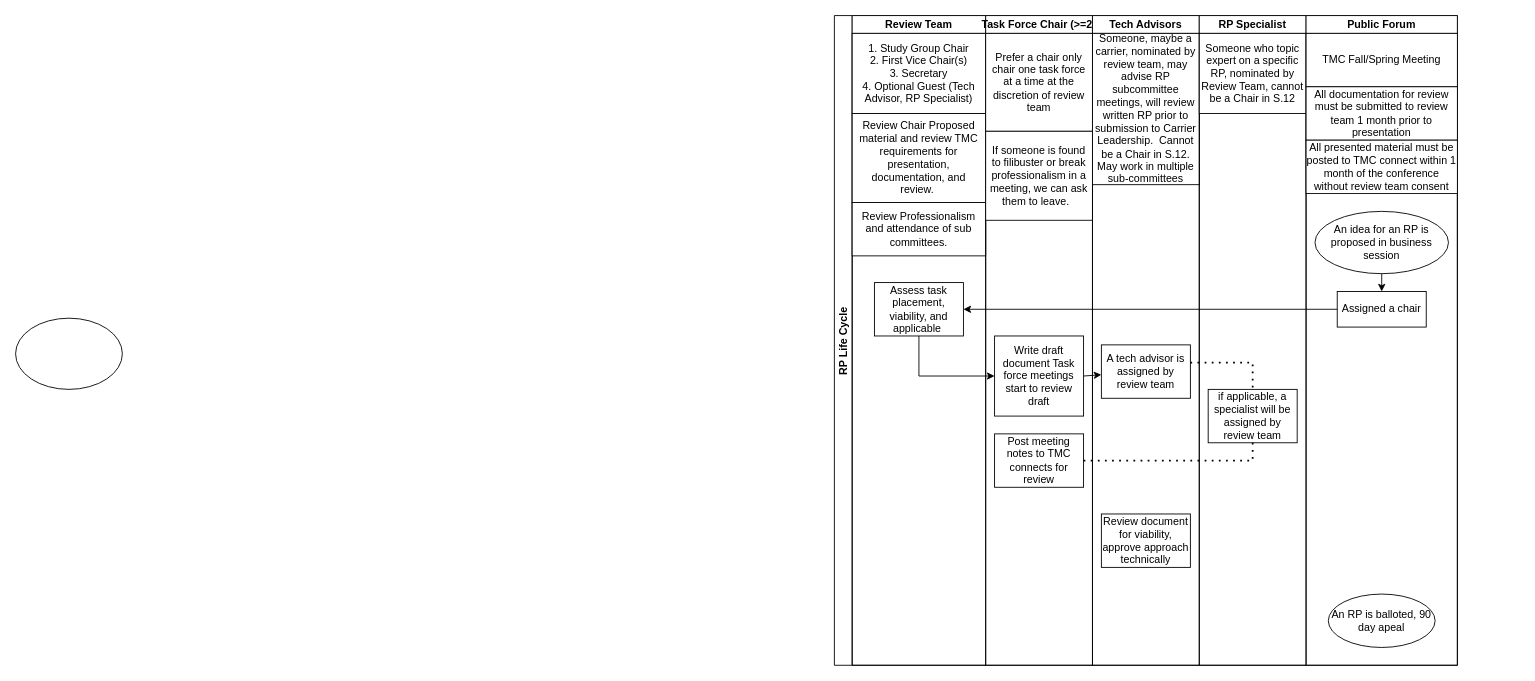
This is TMC Structure.drawio from RustyTruck/plc4trucksduck, a draw.io file, before an edit. Source tidied: cells renumbered, new cells numbered last; positions are measured from the earlier drawing's top-left corner, leaving out a move shared by most shapes. Both pictures are drawn from the tidied source at 89%, with x=0, y=0 at pixel (15, 15).
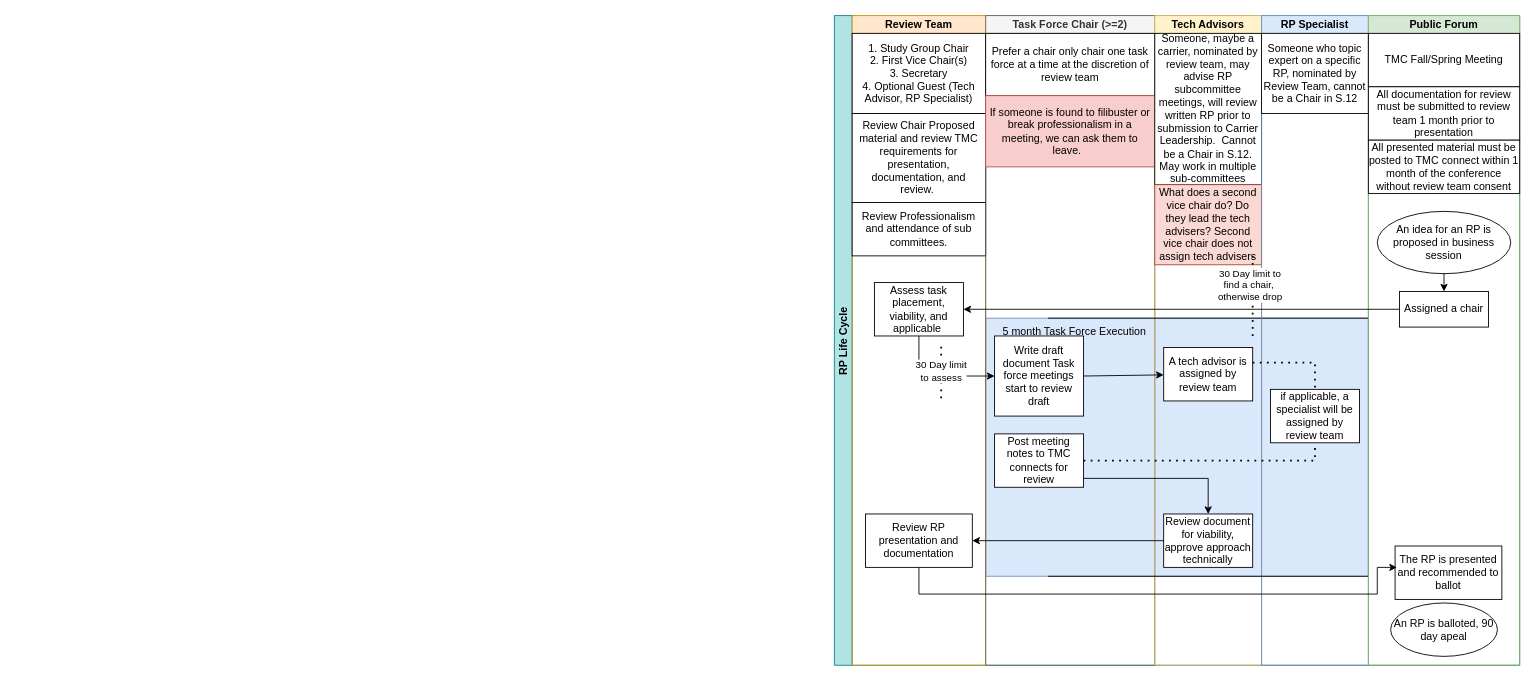
The same page after the edit.

Unchanged cells that the change refers to:
```xml
<mxCell id="12" value="Post meeting notes to TMC connects for review" style="rounded=0;whiteSpace=wrap;html=1;" parent="8" vertex="1">
  <mxGeometry x="10" y="470" width="100" height="60" as="geometry" />
</mxCell>
<mxCell id="16" value="Review document for viability, approve approach technically" style="rounded=0;whiteSpace=wrap;html=1;" parent="13" vertex="1">
  <mxGeometry x="10" y="560" width="100" height="60" as="geometry" />
</mxCell>
<mxCell id="19" value="if applicable, a specialist will be assigned by review team" style="rounded=0;whiteSpace=wrap;html=1;" parent="17" vertex="1">
  <mxGeometry x="10" y="420" width="100" height="60" as="geometry" />
</mxCell>
```

Diff of the diagram source:
```diff
@@
+    <mxCell id="34" style="verticalLabelPosition=bottom;verticalAlign=top;html=1;shape=mxgraph.basic.rect;fillColor2=none;strokeWidth=1;size=20;indent=5;fillColor=#dae8fc;strokeColor=#6c8ebf;" parent="1" vertex="1">
+      <mxGeometry x="1090" y="340" width="430" height="290" as="geometry" />
+    </mxCell>
-    <mxCell id="2" value="RP Life Cycle" style="swimlane;startSize=20;horizontal=0;" parent="1" vertex="1">
-      <mxGeometry x="920" width="700" height="730" as="geometry" />
+    <mxCell id="2" value="RP Life Cycle" style="swimlane;startSize=20;horizontal=0;fillColor=#b0e3e6;strokeColor=#0e8088;" parent="1" vertex="1">
+      <mxGeometry x="920" width="770" height="730" as="geometry" />
     </mxCell>
-    <mxCell id="3" value="Review Team" style="swimlane;startSize=20;" parent="2" vertex="1">
+    <mxCell id="3" value="Review Team" style="swimlane;startSize=20;fillColor=#ffe6cc;strokeColor=#d79b00;" parent="2" vertex="1">
       <mxGeometry x="20" width="150" height="730" as="geometry" />
     </mxCell>
@@
+    <mxCell id="35" value="Review RP presentation and documentation" style="rounded=0;whiteSpace=wrap;html=1;" parent="3" vertex="1">
+      <mxGeometry x="15" y="560" width="120" height="60" as="geometry" />
+    </mxCell>
-    <mxCell id="8" value="Task Force Chair (&gt;=2)" style="swimlane;startSize=20;" parent="2" vertex="1">
-      <mxGeometry x="170" width="120" height="730" as="geometry" />
+    <mxCell id="8" value="Task Force Chair (&gt;=2)" style="swimlane;startSize=20;fillColor=#f5f5f5;fontColor=#333333;strokeColor=#666666;" parent="2" vertex="1">
+      <mxGeometry x="170" width="190" height="730" as="geometry" />
     </mxCell>
     <mxCell id="9" value="Prefer a chair only chair one task force at a time at the discretion of review team" style="rounded=0;whiteSpace=wrap;html=1;" parent="8" vertex="1">
-      <mxGeometry y="20" width="120" height="110" as="geometry" />
+      <mxGeometry y="20" width="190" height="70" as="geometry" />
     </mxCell>
-    <mxCell id="10" value="If someone is found to filibuster or break professionalism in a meeting, we can ask them to leave.&amp;nbsp;&amp;nbsp;" style="rounded=0;whiteSpace=wrap;html=1;" parent="8" vertex="1">
-      <mxGeometry y="130" width="120" height="100" as="geometry" />
+    <mxCell id="10" value="If someone is found to filibuster or break professionalism in a meeting, we can ask them to leave.&amp;nbsp;&amp;nbsp;" style="rounded=0;whiteSpace=wrap;html=1;fillColor=#f8cecc;strokeColor=#b85450;" parent="8" vertex="1">
+      <mxGeometry y="90" width="190" height="80" as="geometry" />
     </mxCell>
@@
+    <mxCell id="36" value="5 month Task Force Execution" style="text;html=1;strokeColor=none;fillColor=none;align=center;verticalAlign=middle;whiteSpace=wrap;rounded=0;" parent="8" vertex="1">
+      <mxGeometry x="10" y="340" width="180" height="30" as="geometry" />
+    </mxCell>
-    <mxCell id="13" value="Tech Advisors" style="swimlane;startSize=20;" parent="2" vertex="1">
-      <mxGeometry x="290" width="120" height="730" as="geometry" />
+    <mxCell id="13" value="Tech Advisors" style="swimlane;startSize=20;fillColor=#fff2cc;strokeColor=#d6b656;" parent="2" vertex="1">
+      <mxGeometry x="360" width="120" height="730" as="geometry" />
     </mxCell>
@@
     <mxCell id="15" value="A tech advisor is assigned by review team" style="rounded=0;whiteSpace=wrap;html=1;" parent="13" vertex="1">
-      <mxGeometry x="10" y="370" width="100" height="60" as="geometry" />
+      <mxGeometry x="10" y="373" width="100" height="60" as="geometry" />
     </mxCell>
@@
+    <mxCell id="37" style="endArrow=none;html=1;rounded=0;" parent="13" edge="1">
+      <mxGeometry relative="1" as="geometry">
+        <mxPoint x="-120" y="340" as="sourcePoint" />
+        <mxPoint x="240" y="340" as="targetPoint" />
+        <Array as="points">
+          <mxPoint x="60" y="340" />
+        </Array>
+      </mxGeometry>
+    </mxCell>
+    <mxCell id="38" value="What does a second vice chair do? Do they lead the tech advisers? Second vice chair does not assign tech advisers" style="rounded=0;whiteSpace=wrap;html=1;fillColor=#fad9d5;strokeColor=#ae4132;" parent="13" vertex="1">
+      <mxGeometry y="190" width="120" height="90" as="geometry" />
+    </mxCell>
-    <mxCell id="17" value="RP Specialist" style="swimlane;startSize=20;" parent="2" vertex="1">
-      <mxGeometry x="410" width="120" height="730" as="geometry" />
+    <mxCell id="17" value="RP Specialist" style="swimlane;startSize=20;fillColor=#dae8fc;strokeColor=#6c8ebf;" parent="2" vertex="1">
+      <mxGeometry x="480" width="120" height="730" as="geometry" />
     </mxCell>
@@
+    <mxCell id="39" style="endArrow=none;html=1;rounded=0;" parent="17" edge="1">
+      <mxGeometry relative="1" as="geometry">
+        <mxPoint x="-240" y="630" as="sourcePoint" />
+        <mxPoint x="120" y="630" as="targetPoint" />
+      </mxGeometry>
+    </mxCell>
-    <mxCell id="21" value="Public Forum" style="swimlane;startSize=20;" parent="2" vertex="1">
-      <mxGeometry x="530" width="170" height="730" as="geometry" />
+    <mxCell id="21" value="Public Forum" style="swimlane;startSize=20;fillColor=#d5e8d4;strokeColor=#82b366;" parent="2" vertex="1">
+      <mxGeometry x="600" width="170" height="730" as="geometry" />
     </mxCell>
@@
     <mxCell id="23" value="An RP is balloted, 90 day apeal" style="ellipse;whiteSpace=wrap;html=1;" parent="21" vertex="1">
-      <mxGeometry x="25" y="650" width="120" height="60" as="geometry" />
+      <mxGeometry x="25" y="660" width="120" height="60" as="geometry" />
     </mxCell>
@@
+    <mxCell id="40" value="The RP is presented and recommended to ballot" style="rounded=0;whiteSpace=wrap;html=1;" parent="21" vertex="1">
+      <mxGeometry x="30" y="596" width="120" height="60" as="geometry" />
+    </mxCell>
@@
     <mxCell id="32" style="endArrow=none;dashed=1;html=1;dashPattern=1 3;strokeWidth=2;rounded=0;entryX=0.5;entryY=1;entryDx=0;entryDy=0;exitX=1;exitY=0.5;exitDx=0;exitDy=0;" parent="2" edge="1" source="12" target="19">
       <mxGeometry relative="1" as="geometry">
         <Array as="points">
-          <mxPoint x="470" y="500" />
+          <mxPoint x="540" y="500" />
         </Array>
       </mxGeometry>
     </mxCell>
-    <mxCell id="33" style="ellipse;whiteSpace=wrap;html=1;" parent="1" vertex="1">
-      <mxGeometry y="340" width="120" height="80" as="geometry" />
-    </mxCell>
+    <mxCell id="41" style="endArrow=classic;html=1;rounded=0;entryX=0.5;entryY=0;entryDx=0;entryDy=0;" parent="2" edge="1" target="16">
+      <mxGeometry relative="1" as="geometry">
+        <mxPoint x="280" y="520" as="sourcePoint" />
+        <Array as="points">
+          <mxPoint x="420" y="520" />
+        </Array>
+      </mxGeometry>
+    </mxCell>
+    <mxCell id="42" style="endArrow=classic;html=1;rounded=0;exitX=0;exitY=0.5;exitDx=0;exitDy=0;entryX=1;entryY=0.5;entryDx=0;entryDy=0;" parent="2" edge="1" source="16" target="35">
+      <mxGeometry relative="1" as="geometry" />
+    </mxCell>
+    <mxCell id="43" style="endArrow=classic;html=1;rounded=0;exitX=0.5;exitY=1;exitDx=0;exitDy=0;entryX=0.017;entryY=0.4;entryDx=0;entryDy=0;entryPerimeter=0;" parent="2" edge="1" source="35" target="40">
+      <mxGeometry relative="1" as="geometry">
+        <Array as="points">
+          <mxPoint x="95" y="650" />
+          <mxPoint x="320" y="650" />
+          <mxPoint x="610" y="650" />
+          <mxPoint x="610" y="620" />
+        </Array>
+      </mxGeometry>
+    </mxCell>
+    <mxCell id="44" style="endArrow=none;dashed=1;html=1;dashPattern=1 3;strokeWidth=2;rounded=0;" parent="1" edge="1">
+      <mxGeometry relative="1" as="geometry">
+        <mxPoint x="1390" y="360" as="sourcePoint" />
+        <mxPoint x="1390" y="270" as="targetPoint" />
+      </mxGeometry>
+    </mxCell>
+    <mxCell id="45" value="30 Day limit to &lt;br&gt;find a chair,&amp;nbsp;&lt;br&gt;otherwise drop" style="edgeLabel;html=1;align=center;verticalAlign=middle;" parent="44" vertex="1">
+      <mxGeometry x="0.29" y="4" relative="1" as="geometry" />
+    </mxCell>
+    <mxCell id="46" value="30 Day limit&lt;br&gt;to assess" style="endArrow=none;dashed=1;html=1;dashPattern=1 3;strokeWidth=2;rounded=0;" parent="1" edge="1">
+      <mxGeometry relative="1" as="geometry">
+        <mxPoint x="1040" y="430" as="sourcePoint" />
+        <mxPoint x="1040" y="370" as="targetPoint" />
+        <Array as="points">
+          <mxPoint x="1040" y="400" />
+        </Array>
+      </mxGeometry>
+    </mxCell>
```
